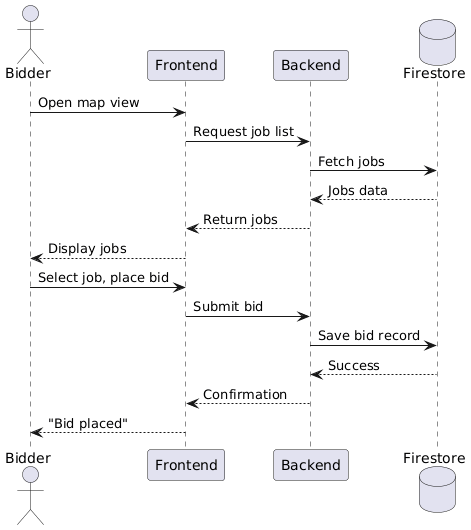
This is documentation/1.2 Detailed User Stories, Requirements, and Initial Prototype/UC-2.png from tjung-git/OpenBid-Map-first-Bidding-Markplace, a PlantUML export, as it was before one commit.
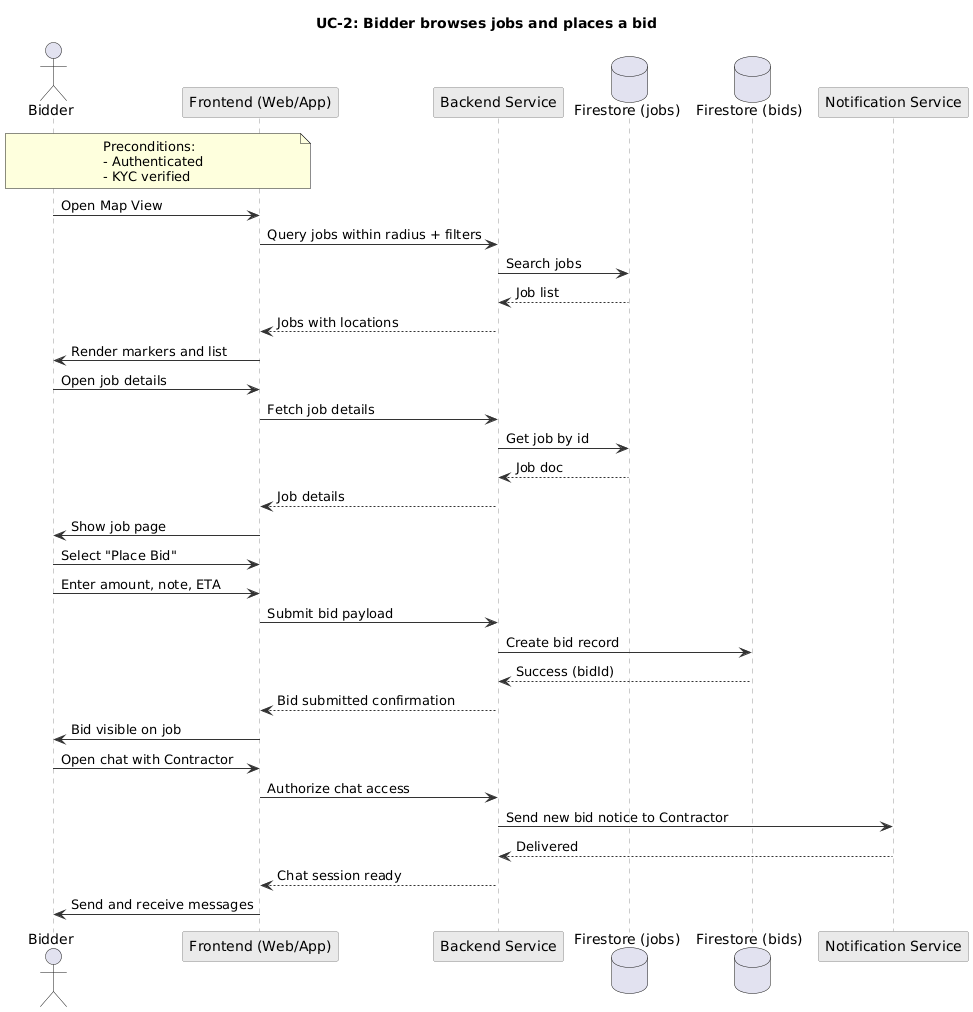
Later version of the same file.

Diff of the diagram source:
```diff
@@ -1,20 +1,54 @@
 @startuml
+title UC-2: Bidder browses jobs and places a bid
+
+skinparam backgroundColor #ffffff
+skinparam sequence {
+  ArrowColor #333333
+  LifeLineBorderColor #999
+  LifeLineBackgroundColor #f8f8f8
+  ParticipantBorderColor #8a8a8a
+  ParticipantBackgroundColor #eaeaea
+}
+
 actor Bidder
-participant "Frontend" as FE
-participant "Backend" as BE
-database "Firestore" as DB
+participant "Frontend (Web/App)" as FE
+participant "Backend Service" as BE
+database "Firestore (jobs)" as FSJ
+database "Firestore (bids)" as FSB
+participant "Notification Service" as Notify
 
-Bidder -> FE: Open map view
-FE -> BE: Request job list
-BE -> DB: Fetch jobs
-DB --> BE: Jobs data
-BE --> FE: Return jobs
-FE --> Bidder: Display jobs
+note over Bidder, FE
+Preconditions:
+- Authenticated
+- KYC verified
+end note
 
-Bidder -> FE: Select job, place bid
-FE -> BE: Submit bid
-BE -> DB: Save bid record
-DB --> BE: Success
-BE --> FE: Confirmation
-FE --> Bidder: "Bid placed"
+Bidder -> FE: Open Map View
+FE -> BE: Query jobs within radius + filters
+BE -> FSJ: Search jobs
+FSJ --> BE: Job list
+BE --> FE: Jobs with locations
+FE -> Bidder: Render markers and list
+
+Bidder -> FE: Open job details
+FE -> BE: Fetch job details
+BE -> FSJ: Get job by id
+FSJ --> BE: Job doc
+BE --> FE: Job details
+FE -> Bidder: Show job page
+Bidder -> FE: Select "Place Bid"
+
+Bidder -> FE: Enter amount, note, ETA
+FE -> BE: Submit bid payload
+BE -> FSB: Create bid record
+FSB --> BE: Success (bidId)
+BE --> FE: Bid submitted confirmation
+FE -> Bidder: Bid visible on job
+
+Bidder -> FE: Open chat with Contractor
+FE -> BE: Authorize chat access
+BE -> Notify: Send new bid notice to Contractor
+Notify --> BE: Delivered
+BE --> FE: Chat session ready
+FE -> Bidder: Send and receive messages
 @enduml
```
